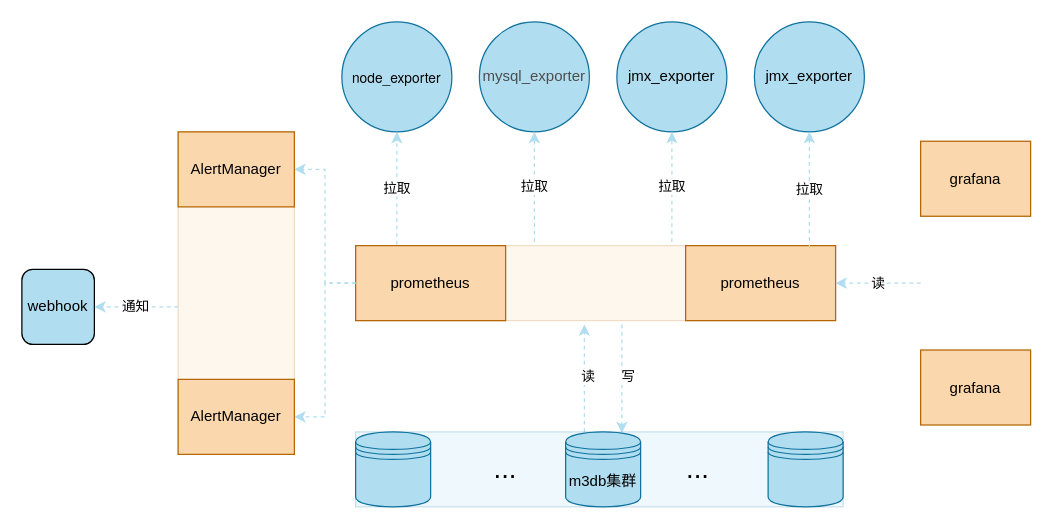
Before: file/monitor.drawio in DORcode/admin-demo, a draw.io diagram. Source tidied: cells renumbered, new cells numbered last; positions are measured from the earlier drawing's top-left corner, leaving out a move shared by most shapes. Both pictures are drawn from the tidied source at 125%, with x=0, y=0 at pixel (21, 21).
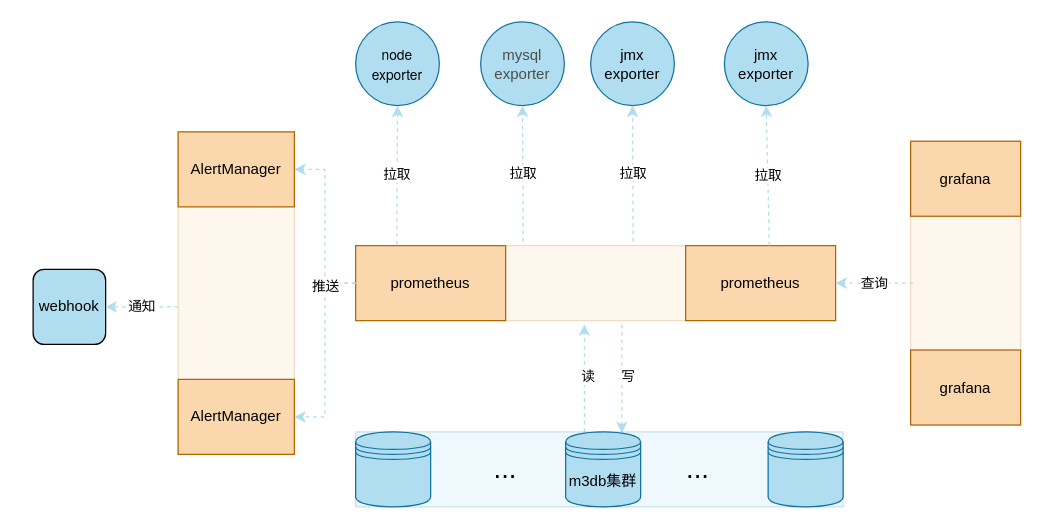
The same diagram, later.

The change refers to these unchanged cells:
```xml
<mxCell id="4" value="&lt;span style=&quot;color: rgb(0 , 0 , 0) ; font-family: &amp;#34;helvetica&amp;#34; ; font-size: 12px ; font-style: normal ; font-weight: 400 ; letter-spacing: normal ; text-align: center ; text-indent: 0px ; text-transform: none ; word-spacing: 0px ; display: inline ; float: none ; background-color: rgb(250 , 215 , 172)&quot;&gt;prometheus&lt;/span&gt;" style="rounded=0;whiteSpace=wrap;html=1;fillColor=#fad7ac;strokeColor=#b46504;" parent="2" vertex="1">
  <mxGeometry x="264" width="120" height="60" as="geometry" />
</mxCell>
<mxCell id="24" style="edgeStyle=orthogonalEdgeStyle;rounded=0;jettySize=auto;html=1;entryX=1;entryY=0.5;entryDx=0;entryDy=0;strokeColor=#B1DDF0;dashed=1;" parent="1" edge="1" source="3" target="28">
  <mxGeometry relative="1" as="geometry" />
</mxCell>
```

Diff of the diagram source:
```diff
@@
-    <mxCell id="9" value="&lt;span style=&quot;font-family: &amp;#34;helvetica neue&amp;#34; , &amp;#34;helvetica&amp;#34; , &amp;#34;verdana&amp;#34; , &amp;#34;arial&amp;#34; , sans-serif ; text-align: left ; background-color: rgb(177 , 221 , 240)&quot;&gt;&lt;font style=&quot;font-size: 11px&quot;&gt;node_exporter&lt;/font&gt;&lt;/span&gt;" style="ellipse;whiteSpace=wrap;html=1;fillColor=#b1ddf0;strokeColor=#10739e;" parent="1" vertex="1">
-      <mxGeometry x="256" width="88" height="88" as="geometry" />
+    <mxCell id="9" value="&lt;span style=&quot;font-family: &amp;#34;helvetica neue&amp;#34; , &amp;#34;helvetica&amp;#34; , &amp;#34;verdana&amp;#34; , &amp;#34;arial&amp;#34; , sans-serif ; text-align: left ; background-color: rgb(177 , 221 , 240)&quot;&gt;&lt;font style=&quot;font-size: 11px&quot;&gt;node&lt;br&gt;exporter&lt;/font&gt;&lt;/span&gt;" style="ellipse;whiteSpace=wrap;html=1;fillColor=#b1ddf0;strokeColor=#10739e;" parent="1" vertex="1">
+      <mxGeometry x="267" width="67" height="67" as="geometry" />
     </mxCell>
-    <mxCell id="10" value="&lt;span style=&quot;color: rgb(77 , 77 , 77) ; background-color: rgb(177 , 221 , 240)&quot;&gt;&lt;font style=&quot;font-size: 12px&quot;&gt;mysql_exporter&lt;/font&gt;&lt;/span&gt;" style="ellipse;whiteSpace=wrap;html=1;strokeColor=#10739e;fillColor=#B1DDF0;" parent="1" vertex="1">
-      <mxGeometry x="366" width="88" height="88" as="geometry" />
+    <mxCell id="10" value="&lt;span style=&quot;color: rgb(77 , 77 , 77) ; background-color: rgb(177 , 221 , 240)&quot;&gt;&lt;font style=&quot;font-size: 12px&quot;&gt;mysql&lt;br&gt;exporter&lt;/font&gt;&lt;/span&gt;" style="ellipse;whiteSpace=wrap;html=1;strokeColor=#10739e;fillColor=#B1DDF0;" parent="1" vertex="1">
+      <mxGeometry x="367" width="67" height="67" as="geometry" />
     </mxCell>
-    <mxCell id="11" value="&lt;span style=&quot;box-sizing: border-box ; outline: 0px ; overflow-wrap: break-word ; background-color: rgb(177 , 221 , 240)&quot;&gt;&lt;font style=&quot;font-size: 12px&quot;&gt;jmx_exporter&lt;/font&gt;&lt;/span&gt;" style="ellipse;whiteSpace=wrap;html=1;fillColor=#b1ddf0;strokeColor=#10739e;" parent="1" vertex="1">
-      <mxGeometry x="476" width="88" height="88" as="geometry" />
+    <mxCell id="11" value="&lt;span style=&quot;box-sizing: border-box ; outline: 0px ; overflow-wrap: break-word ; background-color: rgb(177 , 221 , 240)&quot;&gt;&lt;font style=&quot;font-size: 12px&quot;&gt;jmx&lt;br&gt;exporter&lt;/font&gt;&lt;/span&gt;" style="ellipse;whiteSpace=wrap;html=1;fillColor=#b1ddf0;strokeColor=#10739e;" parent="1" vertex="1">
+      <mxGeometry x="455" width="67" height="67" as="geometry" />
     </mxCell>
-    <mxCell id="12" value="&lt;span style=&quot;box-sizing: border-box ; outline: 0px ; overflow-wrap: break-word ; background-color: rgb(177 , 221 , 240)&quot;&gt;&lt;font style=&quot;font-size: 12px&quot;&gt;jmx_exporter&lt;/font&gt;&lt;/span&gt;" style="ellipse;whiteSpace=wrap;html=1;fillColor=#b1ddf0;strokeColor=#10739e;" parent="1" vertex="1">
-      <mxGeometry x="586" width="88" height="88" as="geometry" />
+    <mxCell id="12" value="&lt;span style=&quot;box-sizing: border-box ; outline: 0px ; overflow-wrap: break-word ; background-color: rgb(177 , 221 , 240)&quot;&gt;&lt;font style=&quot;font-size: 12px&quot;&gt;jmx&lt;br&gt;exporter&lt;/font&gt;&lt;/span&gt;" style="ellipse;whiteSpace=wrap;html=1;fillColor=#b1ddf0;strokeColor=#10739e;" parent="1" vertex="1">
+      <mxGeometry x="562" width="67" height="67" as="geometry" />
     </mxCell>
@@
     <mxCell id="14" value="拉取" style="endArrow=classic;html=1;entryX=0.5;entryY=1;entryDx=0;entryDy=0;fillColor=#b1ddf0;strokeColor=#B1DDF0;dashed=1;" parent="1" edge="1" target="10">
       <mxGeometry relative="1" as="geometry">
-        <mxPoint x="410" y="176" as="sourcePoint" />
+        <mxPoint x="401" y="176" as="sourcePoint" />
       </mxGeometry>
     </mxCell>
     <mxCell id="15" value="拉取" style="endArrow=classic;html=1;entryX=0.5;entryY=1;entryDx=0;entryDy=0;fillColor=#b1ddf0;strokeColor=#B1DDF0;dashed=1;" parent="1" edge="1" target="11">
       <mxGeometry relative="1" as="geometry">
-        <mxPoint x="520" y="176" as="sourcePoint" />
+        <mxPoint x="489" y="176" as="sourcePoint" />
       </mxGeometry>
     </mxCell>
-    <mxCell id="16" value="拉取" style="endArrow=classic;html=1;entryX=0.5;entryY=1;entryDx=0;entryDy=0;fillColor=#b1ddf0;strokeColor=#B1DDF0;dashed=1;" parent="1" edge="1" target="12">
-      <mxGeometry relative="1" as="geometry">
-        <mxPoint x="630" y="181" as="sourcePoint" />
-      </mxGeometry>
+    <mxCell id="16" value="拉取" style="endArrow=classic;html=1;entryX=0.5;entryY=1;entryDx=0;entryDy=0;fillColor=#b1ddf0;strokeColor=#B1DDF0;dashed=1;exitX=0.558;exitY=0;exitDx=0;exitDy=0;exitPerimeter=0;" parent="1" edge="1" source="4" target="12">
+      <mxGeometry relative="1" as="geometry" />
     </mxCell>
@@
+    <mxCell id="34" value="推送" style="edgeLabel;html=1;align=center;verticalAlign=middle;" parent="24" vertex="1">
+      <mxGeometry x="-0.67" relative="1" as="geometry">
+        <mxPoint y="1" as="offset" />
+      </mxGeometry>
+    </mxCell>
     <mxCell id="25" value="webhook" style="rounded=1;whiteSpace=wrap;html=1;fillColor=#B1DDF0;" parent="1" vertex="1">
-      <mxGeometry y="198" width="58" height="60" as="geometry" />
+      <mxGeometry x="9" y="198" width="58" height="60" as="geometry" />
     </mxCell>
@@
-    <mxCell id="30" style="group;" parent="1" vertex="1">
-      <mxGeometry x="719" y="95.5" width="88" height="227" as="geometry" />
+    <mxCell id="30" style="group;fillColor=#fad7ac;strokeColor=#b46504;opacity=20;" parent="1" vertex="1">
+      <mxGeometry x="711" y="95.5" width="88" height="227" as="geometry" />
     </mxCell>
@@
-    <mxCell id="33" value="读" style="endArrow=classic;html=1;dashed=1;strokeColor=#B1DDF0;entryX=1;entryY=0.5;entryDx=0;entryDy=0;" parent="1" edge="1" target="4">
+    <mxCell id="33" value="查询" style="endArrow=classic;html=1;dashed=1;strokeColor=#B1DDF0;entryX=1;entryY=0.5;entryDx=0;entryDy=0;" parent="1" edge="1" target="4">
       <mxGeometry relative="1" as="geometry">
-        <mxPoint x="719" y="209" as="sourcePoint" />
+        <mxPoint x="713" y="209" as="sourcePoint" />
       </mxGeometry>
     </mxCell>
```
